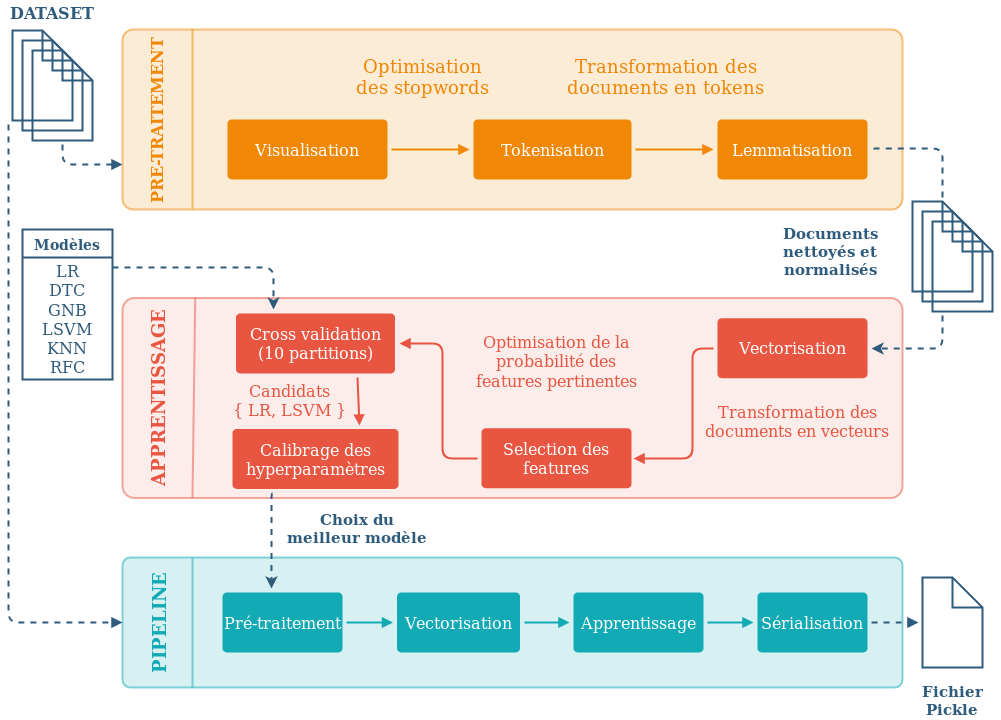
This is Documents/Présentation/images/conclusion.png from anonbnr/HMIN232M_Project, a draw.io export, as it was before one commit. Source tidied: cells renumbered, new cells last; positions are measured from the earlier drawing's top-left corner, leaving out a move shared by most shapes.
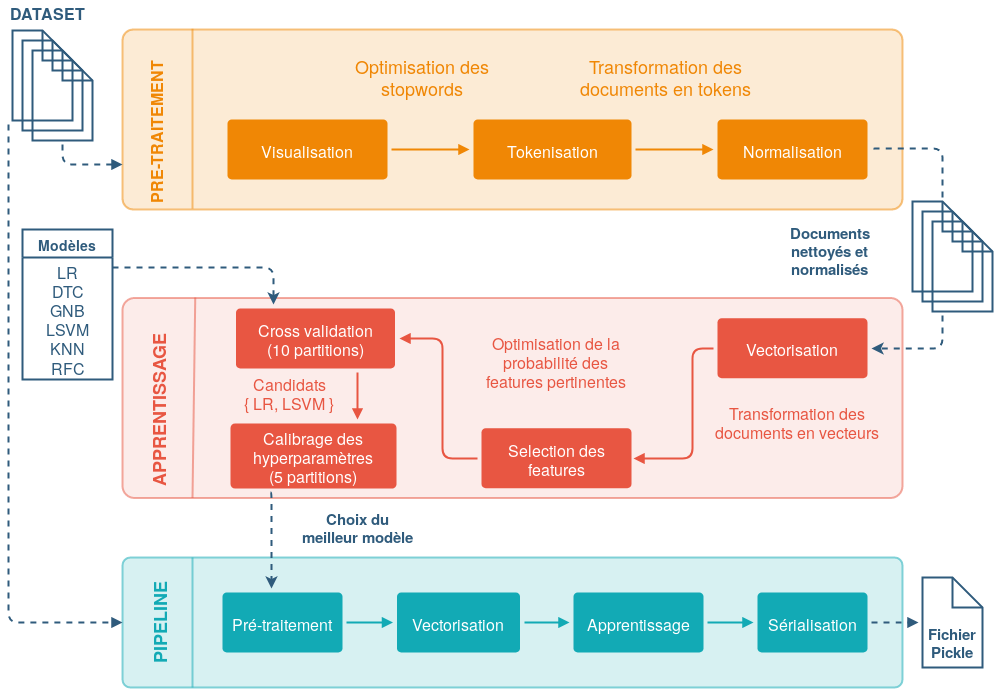
After the change.

Commit message:
presentation conclusion fix

What changed in the source:
```diff
@@ -20,7 +20,7 @@
     <mxCell id="6" value="Tokenisation" style="rounded=1;fillColor=#f08705;strokeWidth=2;html=1;strokeColor=none;fontColor=#FFFFFF;fontSize=16;arcSize=7;perimeterSpacing=4;" parent="1" vertex="1">
       <mxGeometry x="465" y="119" width="158" height="60" as="geometry" />
     </mxCell>
-    <mxCell id="7" value="Lemmatisation" style="rounded=1;fillColor=#f08705;strokeWidth=2;html=1;strokeColor=none;fontColor=#FFFFFF;fontSize=16;arcSize=7;perimeterSpacing=4;" parent="1" vertex="1">
+    <mxCell id="7" value="Normalisation" style="rounded=1;fillColor=#f08705;strokeWidth=2;html=1;strokeColor=none;fontColor=#FFFFFF;fontSize=16;arcSize=7;perimeterSpacing=4;" parent="1" vertex="1">
       <mxGeometry x="709" y="119" width="150" height="60" as="geometry" />
     </mxCell>
     <mxCell id="8" style="edgeStyle=none;strokeWidth=2;html=1;strokeColor=#F08705;endArrow=block;endFill=1;" parent="1" edge="1" source="5" target="6">
@@ -39,7 +39,7 @@
       </mxGeometry>
     </mxCell>
     <mxCell id="12" value="&lt;div&gt;Cross validation&lt;/div&gt;&lt;div&gt;(10 partitions)&lt;br&gt;&lt;/div&gt;" style="rounded=1;fillColor=#e85642;strokeWidth=2;html=1;strokeColor=none;fontColor=#FFFFFF;fontSize=16;arcSize=7;perimeterSpacing=4;" parent="1" vertex="1">
-      <mxGeometry x="227.5" y="313" width="159" height="60" as="geometry" />
+      <mxGeometry x="227.5" y="308" width="159" height="60" as="geometry" />
     </mxCell>
     <mxCell id="13" value="&lt;div&gt;Selection des&lt;/div&gt;&lt;div&gt;features&lt;br&gt;&lt;/div&gt;" style="rounded=1;fillColor=#e85642;strokeWidth=2;html=1;strokeColor=none;fontColor=#FFFFFF;fontSize=16;arcSize=7;perimeterSpacing=4;" parent="1" vertex="1">
       <mxGeometry x="473" y="427.8" width="150" height="60" as="geometry" />
@@ -48,7 +48,7 @@
       <mxGeometry x="1790" y="239" as="geometry">
         <Array as="points">
           <mxPoint x="434" y="458" />
-          <mxPoint x="434" y="343" />
+          <mxPoint x="434" y="338" />
         </Array>
       </mxGeometry>
     </mxCell>
@@ -155,14 +155,14 @@
         </Array>
       </mxGeometry>
     </mxCell>
-    <mxCell id="40" value="&lt;div&gt;Calibrage des&lt;/div&gt;&lt;div&gt;hyperparamètres&lt;br&gt;&lt;/div&gt;" style="rounded=1;fillColor=#e85642;strokeWidth=2;html=1;strokeColor=none;fontColor=#FFFFFF;fontSize=16;arcSize=7;perimeterSpacing=4;" parent="1" vertex="1">
-      <mxGeometry x="224" y="428.5" width="166" height="60" as="geometry" />
+    <mxCell id="40" value="&lt;div&gt;Calibrage des&lt;/div&gt;&lt;div&gt;hyperparamètres&lt;br&gt;&lt;/div&gt;&lt;div&gt;(5 partitions)&lt;br&gt;&lt;/div&gt;" style="rounded=1;fillColor=#e85642;strokeWidth=2;html=1;strokeColor=none;fontColor=#FFFFFF;fontSize=16;arcSize=7;perimeterSpacing=4;" parent="1" vertex="1">
+      <mxGeometry x="222" y="423" width="166" height="65" as="geometry" />
     </mxCell>
     <mxCell id="41" style="edgeStyle=none;strokeWidth=2;html=1;strokeColor=#e85642;endArrow=block;endFill=1;entryX=0.75;entryY=0;entryDx=0;entryDy=0;exitX=0.75;exitY=1;exitDx=0;exitDy=0;" parent="1" edge="1" source="12" target="40">
       <mxGeometry x="1800" y="249" as="geometry" />
     </mxCell>
     <mxCell id="42" value="&lt;div&gt;Candidats&lt;/div&gt;&lt;div&gt;{ LR, LSVM }&lt;br&gt;&lt;/div&gt;" style="text;html=1;align=center;verticalAlign=top;spacingTop=-4;fontSize=16;fontColor=#E85642;" parent="1" vertex="1">
-      <mxGeometry x="226" y="378.5" width="110" height="40" as="geometry" />
+      <mxGeometry x="226" y="370.5" width="110" height="40" as="geometry" />
     </mxCell>
     <mxCell id="43" value="&lt;div&gt;Optimisation de la&lt;/div&gt;&lt;div&gt;probabilité des &lt;br&gt;&lt;/div&gt;&lt;div&gt;features pertinentes&lt;/div&gt;" style="text;html=1;align=center;verticalAlign=top;spacingTop=-4;fontSize=16;fontColor=#E85642;" parent="1" vertex="1">
       <mxGeometry x="458" y="330" width="180" height="60" as="geometry" />
@@ -203,7 +203,7 @@
       </mxGeometry>
     </mxCell>
     <mxCell id="52" value="&lt;div style=&quot;font-size: 15px;&quot;&gt;Fichier&lt;/div&gt;&lt;div style=&quot;font-size: 15px;&quot;&gt;Pickle&lt;br style=&quot;font-size: 15px;&quot;&gt;&lt;/div&gt;" style="text;html=1;align=center;verticalAlign=top;spacingTop=-4;fontSize=15;fontColor=#2F5B7C;fontStyle=1;" parent="1" vertex="1">
-      <mxGeometry x="914" y="679" width="60" height="40" as="geometry" />
+      <mxGeometry x="914" y="622" width="60" height="40" as="geometry" />
     </mxCell>
     <mxCell id="53" style="endArrow=classic;html=1;labelBackgroundColor=none;strokeColor=#2F5B7C;fontSize=18;fontColor=#F08705;dashed=1;strokeWidth=2;edgeStyle=orthogonalEdgeStyle;exitX=0.25;exitY=1;exitDx=0;exitDy=0;" parent="1" edge="1" source="40" target="20">
       <mxGeometry relative="1" as="geometry">
```
